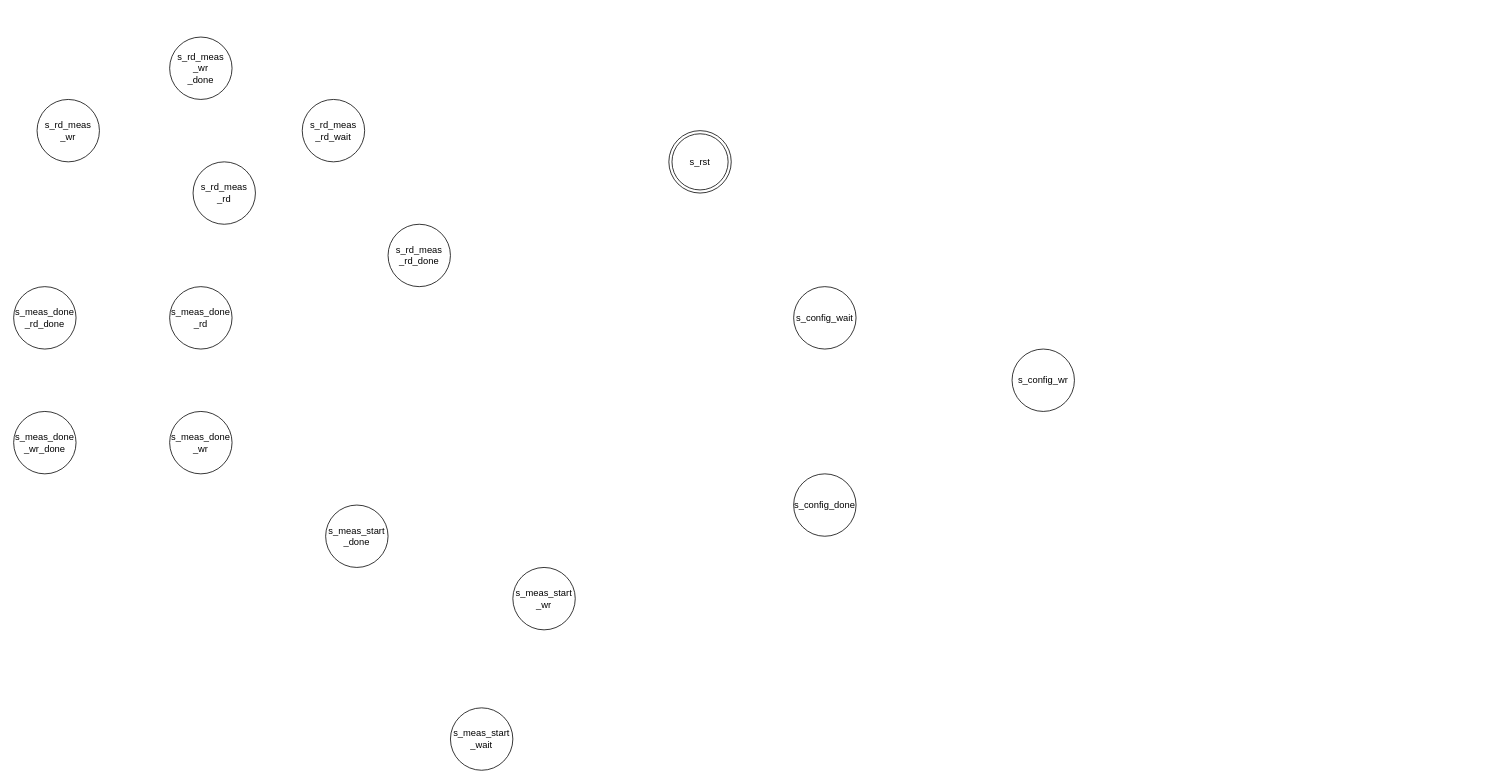
The draw.io diagram .figures/dig_mag_controller_FSM.drawio in frnyb/PL-Mag-Sensor, before the edit. Source tidied: cells renumbered, new cells numbered last; positions are measured from the earlier drawing's top-left corner, leaving out a move shared by most shapes. Both pictures are drawn from the tidied source at 78%, with x=0, y=0 at pixel (13, 37).
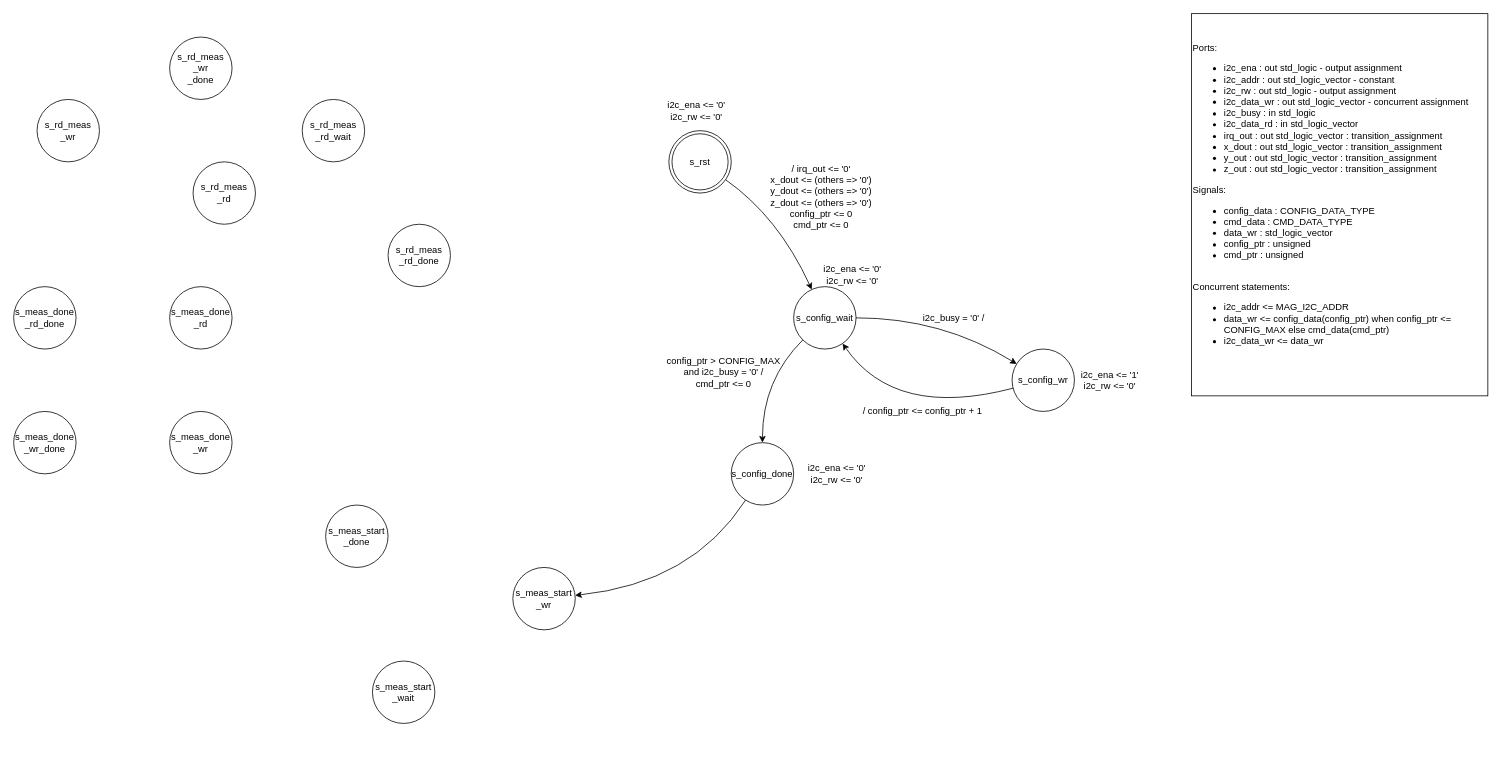
The same diagram, later.

Unchanged cells that the change refers to:
```xml
<mxCell id="2" value="s_rst" style="ellipse;shape=doubleEllipse;whiteSpace=wrap;html=1;" parent="1" vertex="1">
  <mxGeometry x="840" y="120" width="80" height="80" as="geometry" />
</mxCell>
<mxCell id="3" value="s_config_wait" style="ellipse;whiteSpace=wrap;html=1;" parent="1" vertex="1">
  <mxGeometry x="1000" y="320" width="80" height="80" as="geometry" />
</mxCell>
<mxCell id="4" value="s_config_wr" style="ellipse;whiteSpace=wrap;html=1;" parent="1" vertex="1">
  <mxGeometry x="1280" y="400" width="80" height="80" as="geometry" />
</mxCell>
<mxCell id="6" value="&lt;div&gt;s_meas_start&lt;/div&gt;&lt;div&gt;_wr&lt;br&gt;&lt;/div&gt;" style="ellipse;whiteSpace=wrap;html=1;" parent="1" vertex="1">
  <mxGeometry x="640" y="680" width="80" height="80" as="geometry" />
</mxCell>
```

Diff of the diagram source:
```diff
@@
     <mxCell id="5" value="s_config_done" style="ellipse;whiteSpace=wrap;html=1;" parent="1" vertex="1">
-      <mxGeometry x="1000" y="560" width="80" height="80" as="geometry" />
+      <mxGeometry x="920" y="520" width="80" height="80" as="geometry" />
     </mxCell>
@@
     <mxCell id="7" value="&lt;div&gt;s_meas_start&lt;/div&gt;&lt;div&gt;_wait&lt;/div&gt;" style="ellipse;whiteSpace=wrap;html=1;" parent="1" vertex="1">
-      <mxGeometry x="560" y="860" width="80" height="80" as="geometry" />
+      <mxGeometry x="460" y="800" width="80" height="80" as="geometry" />
     </mxCell>
@@
+    <mxCell id="18" style="curved=1;endArrow=classic;html=1;rounded=0;" parent="1" edge="1" source="2" target="3">
+      <mxGeometry relative="1" as="geometry">
+        <Array as="points">
+          <mxPoint x="980" y="230" />
+        </Array>
+      </mxGeometry>
+    </mxCell>
+    <mxCell id="19" value="&lt;div&gt;Ports:&lt;/div&gt;&lt;div&gt;&lt;ul&gt;&lt;li&gt;i2c_ena : out std_logic - output assignment&lt;br&gt;&lt;/li&gt;&lt;li&gt;i2c_addr : out std_logic_vector - constant&lt;br&gt;&lt;/li&gt;&lt;li&gt;i2c_rw : out std_logic - output assignment&lt;br&gt;&lt;/li&gt;&lt;li&gt;i2c_data_wr : out std_logic_vector - concurrent assignment&lt;br&gt;&lt;/li&gt;&lt;li&gt;i2c_busy : in std_logic&lt;/li&gt;&lt;li&gt;i2c_data_rd : in std_logic_vector&lt;/li&gt;&lt;li&gt;irq_out : out std_logic_vector : transition_assignment&lt;br&gt;&lt;/li&gt;&lt;li&gt;x_dout : out std_logic_vector : transition_assignment&lt;br&gt;&lt;/li&gt;&lt;li&gt;y_out : out std_logic_vector : transition_assignment&lt;/li&gt;&lt;li&gt;z_out : out std_logic_vector : transition_assignment&lt;/li&gt;&lt;/ul&gt;&lt;div&gt;Signals:&lt;/div&gt;&lt;div&gt;&lt;ul&gt;&lt;li&gt;config_data : CONFIG_DATA_TYPE&lt;/li&gt;&lt;li&gt;cmd_data : CMD_DATA_TYPE&lt;br&gt;&lt;/li&gt;&lt;li&gt;data_wr : std_logic_vector&lt;/li&gt;&lt;li&gt;config_ptr : unsigned&lt;/li&gt;&lt;li&gt;cmd_ptr : unsigned&lt;br&gt;&lt;/li&gt;&lt;/ul&gt;&lt;/div&gt;&lt;div&gt;&lt;br&gt;&lt;/div&gt;&lt;div&gt;Concurrent statements:&lt;/div&gt;&lt;div&gt;&lt;ul&gt;&lt;li&gt;i2c_addr &amp;lt;= MAG_I2C_ADDR&lt;/li&gt;&lt;li&gt;data_wr &amp;lt;= config_data(config_ptr) when config_ptr &amp;lt;= CONFIG_MAX else cmd_data(cmd_ptr)&lt;/li&gt;&lt;li&gt;i2c_data_wr &amp;lt;= data_wr&lt;br&gt;&lt;/li&gt;&lt;/ul&gt;&lt;/div&gt;&lt;/div&gt;&lt;div align=&quot;left&quot;&gt;&lt;br&gt;&lt;/div&gt;" style="rounded=0;whiteSpace=wrap;html=1;align=left;" parent="1" vertex="1">
+      <mxGeometry x="1510" y="-30" width="380" height="490" as="geometry" />
+    </mxCell>
+    <mxCell id="20" value="&lt;div&gt;i2c_ena &amp;lt;= '0'&lt;/div&gt;&lt;div&gt;i2c_rw &amp;lt;= '0'&lt;br&gt;&lt;/div&gt;" style="text;html=1;align=center;verticalAlign=middle;strokeColor=none;fillColor=none;" parent="1" vertex="1">
+      <mxGeometry x="830" y="80" width="90" height="30" as="geometry" />
+    </mxCell>
+    <mxCell id="21" value="/ irq_out &amp;lt;= '0'&lt;div&gt;x_dout &amp;lt;= (others =&amp;gt; '0')&lt;/div&gt;&lt;div&gt;y_dout &amp;lt;= (others =&amp;gt; '0')&lt;/div&gt;&lt;div&gt;z_dout &amp;lt;= (others =&amp;gt; '0')&lt;/div&gt;&lt;div&gt;config_ptr &amp;lt;= 0&lt;/div&gt;&lt;div&gt;cmd_ptr &amp;lt;= 0&lt;br&gt;&lt;/div&gt;" style="text;html=1;align=center;verticalAlign=middle;strokeColor=none;fillColor=none;" parent="1" vertex="1">
+      <mxGeometry x="960" y="160" width="150" height="90" as="geometry" />
+    </mxCell>
+    <mxCell id="22" style="curved=1;endArrow=classic;html=1;rounded=0;" parent="1" edge="1" source="3" target="4">
+      <mxGeometry relative="1" as="geometry">
+        <Array as="points">
+          <mxPoint x="1190" y="360" />
+        </Array>
+      </mxGeometry>
+    </mxCell>
+    <mxCell id="23" value="i2c_busy = '0' /" style="text;html=1;align=center;verticalAlign=middle;strokeColor=none;fillColor=none;" parent="1" vertex="1">
+      <mxGeometry x="1160" y="350" width="90" height="20" as="geometry" />
+    </mxCell>
+    <mxCell id="24" value="&lt;div&gt;i2c_ena &amp;lt;= '0'&lt;/div&gt;&lt;div&gt;i2c_rw &amp;lt;= '0'&lt;br&gt;&lt;/div&gt;" style="text;html=1;align=center;verticalAlign=middle;strokeColor=none;fillColor=none;" parent="1" vertex="1">
+      <mxGeometry x="1030" y="290" width="90" height="30" as="geometry" />
+    </mxCell>
+    <mxCell id="25" value="&lt;div&gt;i2c_ena &amp;lt;= '1'&lt;/div&gt;&lt;div&gt;i2c_rw &amp;lt;= '0'&lt;br&gt;&lt;/div&gt;" style="text;html=1;align=center;verticalAlign=middle;strokeColor=none;fillColor=none;" parent="1" vertex="1">
+      <mxGeometry x="1360" y="425" width="90" height="30" as="geometry" />
+    </mxCell>
+    <mxCell id="26" style="curved=1;endArrow=classic;html=1;rounded=0;" parent="1" edge="1" source="4" target="3">
+      <mxGeometry relative="1" as="geometry">
+        <Array as="points">
+          <mxPoint x="1130" y="490" />
+        </Array>
+      </mxGeometry>
+    </mxCell>
+    <mxCell id="27" value="/ config_ptr &amp;lt;= config_ptr + 1" style="text;html=1;align=center;verticalAlign=middle;strokeColor=none;fillColor=none;" parent="1" vertex="1">
+      <mxGeometry x="1080" y="470" width="170" height="20" as="geometry" />
+    </mxCell>
+    <mxCell id="28" style="curved=1;endArrow=classic;html=1;rounded=0;" parent="1" edge="1" source="3" target="5">
+      <mxGeometry relative="1" as="geometry">
+        <Array as="points">
+          <mxPoint x="960" y="440" />
+        </Array>
+      </mxGeometry>
+    </mxCell>
+    <mxCell id="29" value="&lt;div&gt;config_ptr &amp;gt; CONFIG_MAX &lt;br&gt;&lt;/div&gt;&lt;div&gt;and i2c_busy = '0' /&lt;/div&gt;&lt;div&gt;cmd_ptr &amp;lt;= 0&lt;br&gt;&lt;/div&gt;" style="text;html=1;align=center;verticalAlign=middle;strokeColor=none;fillColor=none;" parent="1" vertex="1">
+      <mxGeometry x="830" y="405" width="160" height="50" as="geometry" />
+    </mxCell>
+    <mxCell id="30" value="&lt;div&gt;i2c_ena &amp;lt;= '0'&lt;/div&gt;&lt;div&gt;i2c_rw &amp;lt;= '0'&lt;br&gt;&lt;/div&gt;" style="text;html=1;align=center;verticalAlign=middle;strokeColor=none;fillColor=none;" parent="1" vertex="1">
+      <mxGeometry x="1010" y="545" width="90" height="30" as="geometry" />
+    </mxCell>
+    <mxCell id="31" style="curved=1;endArrow=classic;html=1;rounded=0;" parent="1" edge="1" source="5" target="6">
+      <mxGeometry relative="1" as="geometry">
+        <Array as="points">
+          <mxPoint x="870" y="700" />
+        </Array>
+      </mxGeometry>
+    </mxCell>
```
